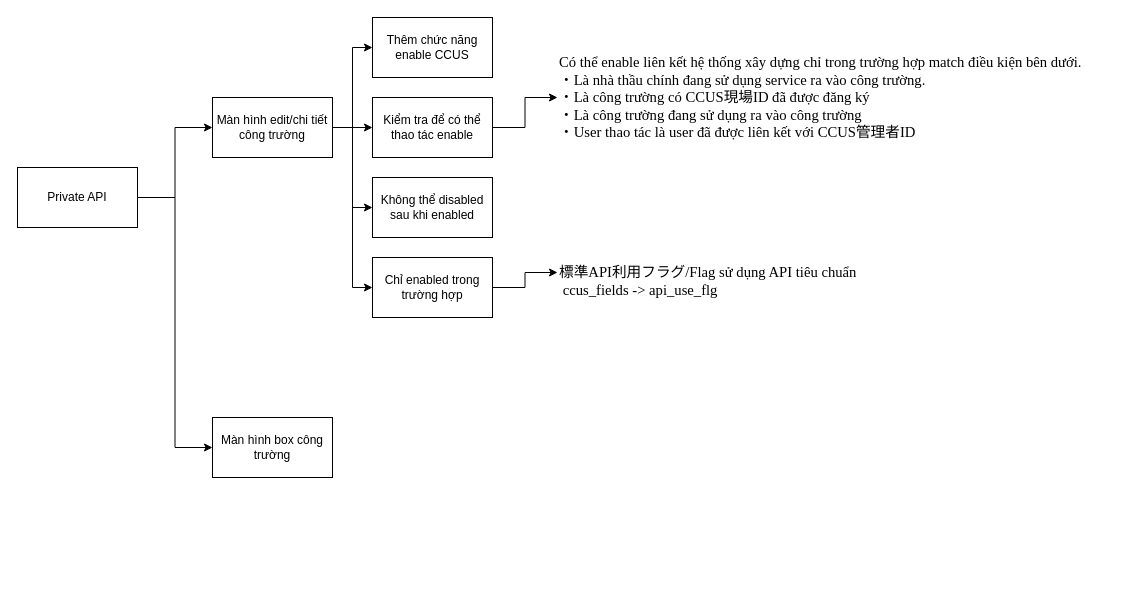
Before: page "A-501" (5 of 8) of Spec tháng 7.drawio in hoangpn256/diagram, a draw.io diagram. Source tidied: cells renumbered, new cells numbered last; positions are measured from the earlier drawing's top-left corner, leaving out a move shared by most shapes. Both pictures are drawn from the tidied source at 100%, with x=0, y=0 at pixel (17, 17).
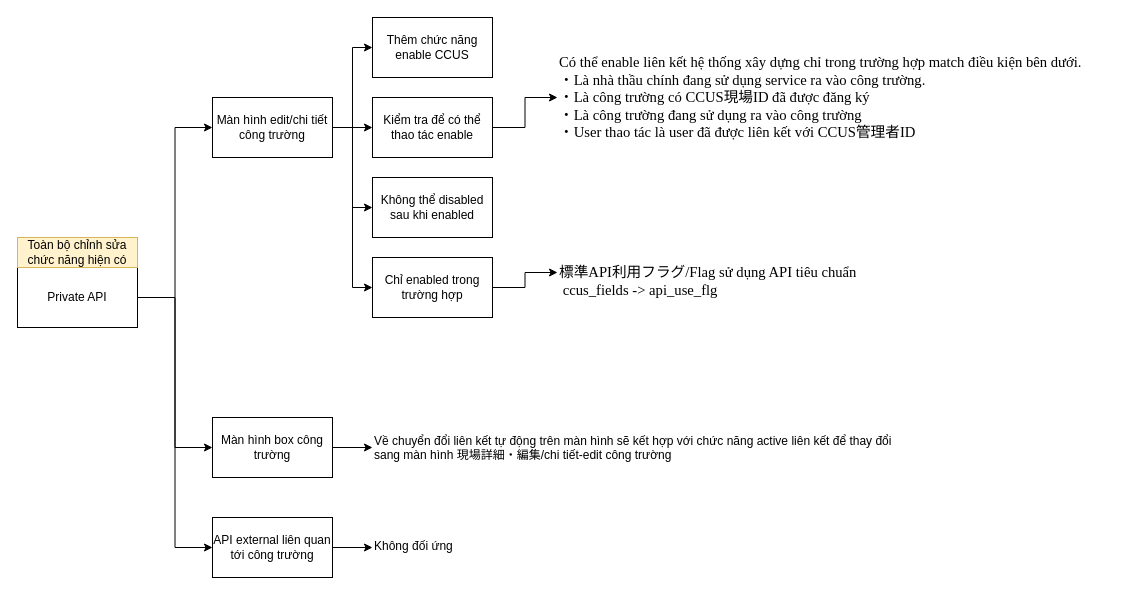
The same page after the edit.

The change refers to these unchanged cells:
```xml
<mxCell id="5" value="Màn hình box công trường" style="rounded=0;whiteSpace=wrap;html=1;" parent="1" vertex="1">
  <mxGeometry x="195" y="400" width="120" height="60" as="geometry" />
</mxCell>
```

The edit, as a diff of the source:
```diff
@@
+    <mxCell id="19" style="edgeStyle=orthogonalEdgeStyle;rounded=0;jettySize=auto;html=1;exitX=1;exitY=0.5;exitDx=0;exitDy=0;entryX=0;entryY=0.5;entryDx=0;entryDy=0;" parent="1" edge="1" source="4" target="23">
+      <mxGeometry relative="1" as="geometry" />
+    </mxCell>
     <mxCell id="4" value="Private API" style="rounded=0;whiteSpace=wrap;html=1;" parent="1" vertex="1">
-      <mxGeometry y="150" width="120" height="60" as="geometry" />
+      <mxGeometry y="250" width="120" height="60" as="geometry" />
     </mxCell>
+    <mxCell id="20" style="edgeStyle=orthogonalEdgeStyle;rounded=0;jettySize=auto;html=1;exitX=1;exitY=0.5;exitDx=0;exitDy=0;entryX=0;entryY=0.5;entryDx=0;entryDy=0;" parent="1" edge="1" source="5" target="21">
+      <mxGeometry relative="1" as="geometry" />
+    </mxCell>
@@
+    <mxCell id="21" value="Về chuyển đổi liên kết tự động trên màn hình sẽ kết hợp với chức năng active liên kết để thay đổi  sang màn hình 現場詳細・編集/chi tiết-edit công trường" style="text;whiteSpace=wrap;html=1;" parent="1" vertex="1">
+      <mxGeometry x="355" y="410" width="550" height="40" as="geometry" />
+    </mxCell>
+    <mxCell id="22" style="edgeStyle=orthogonalEdgeStyle;rounded=0;jettySize=auto;html=1;exitX=1;exitY=0.5;exitDx=0;exitDy=0;entryX=0;entryY=0.5;entryDx=0;entryDy=0;" parent="1" edge="1" source="23" target="24">
+      <mxGeometry relative="1" as="geometry" />
+    </mxCell>
+    <mxCell id="23" value="API external liên quan tới công trường" style="rounded=0;whiteSpace=wrap;html=1;" parent="1" vertex="1">
+      <mxGeometry x="195" y="500" width="120" height="60" as="geometry" />
+    </mxCell>
+    <mxCell id="24" value="Không đối ứng" style="text;whiteSpace=wrap;html=1;" parent="1" vertex="1">
+      <mxGeometry x="355" y="515" width="90" height="30" as="geometry" />
+    </mxCell>
+    <mxCell id="25" value="Toàn bộ chỉnh sửa chức năng hiện có" style="text;html=1;strokeColor=#d6b656;fillColor=#fff2cc;align=center;verticalAlign=middle;whiteSpace=wrap;rounded=0;" parent="1" vertex="1">
+      <mxGeometry y="220" width="120" height="30" as="geometry" />
+    </mxCell>
```
